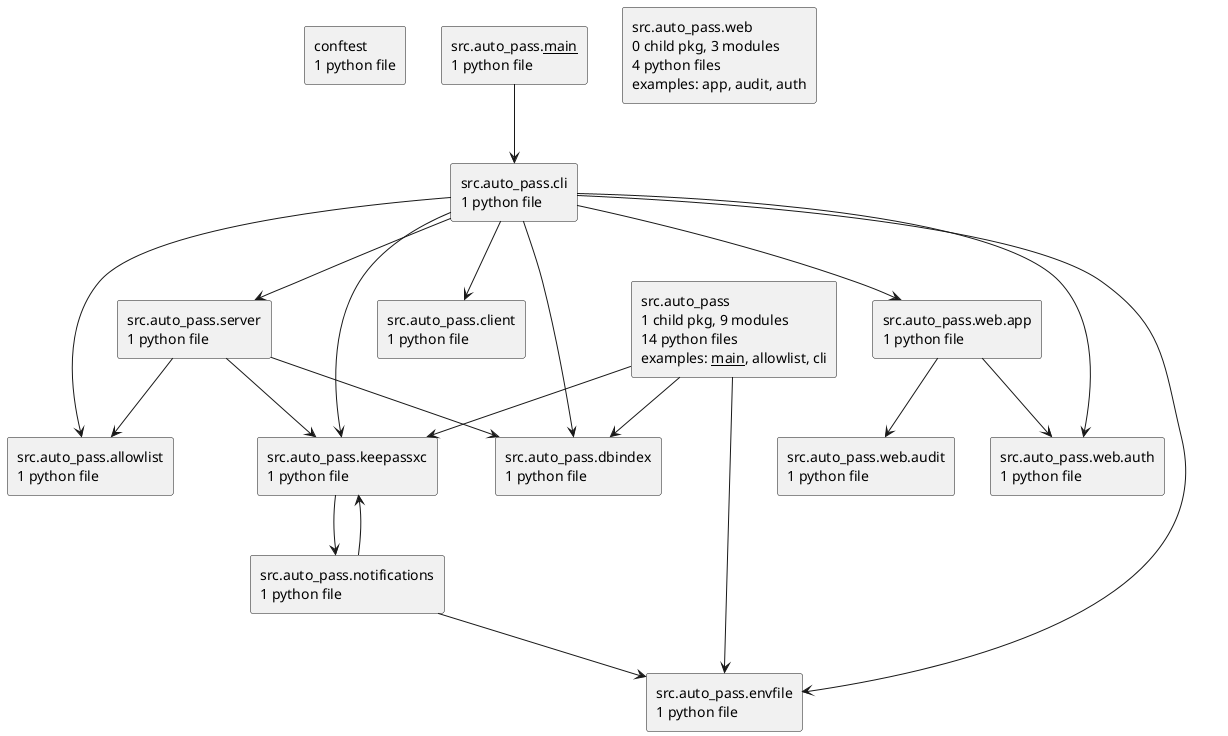
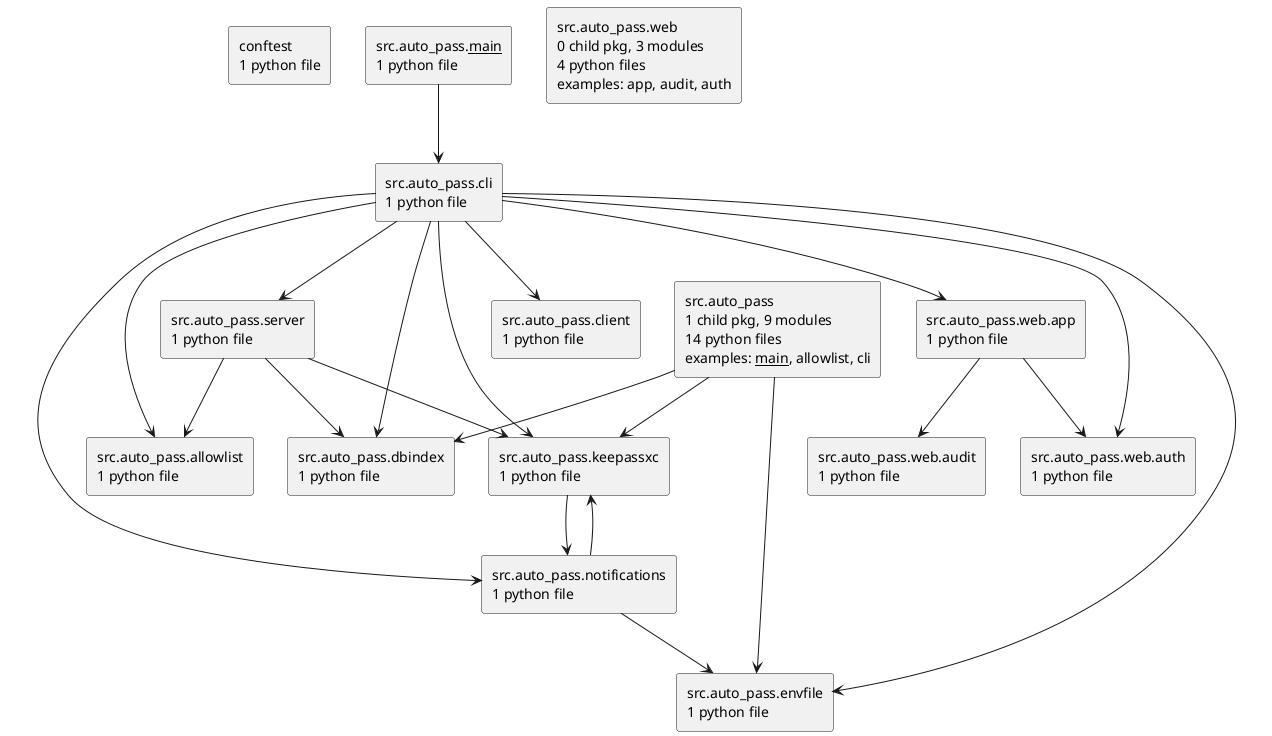
@startuml packages_auto-pass
set namespaceSeparator none
top to bottom direction
skinparam componentStyle rectangle
rectangle "conftest\n1 python file" as conftest
rectangle "src.auto_pass\n1 child pkg, 9 modules\n14 python files\nexamples: __main__, allowlist, cli" as src.auto_pass
rectangle "src.auto_pass.__main__\n1 python file" as src.auto_pass.__main__
rectangle "src.auto_pass.allowlist\n1 python file" as src.auto_pass.allowlist
rectangle "src.auto_pass.cli\n1 python file" as src.auto_pass.cli
rectangle "src.auto_pass.client\n1 python file" as src.auto_pass.client
rectangle "src.auto_pass.dbindex\n1 python file" as src.auto_pass.dbindex
rectangle "src.auto_pass.envfile\n1 python file" as src.auto_pass.envfile
rectangle "src.auto_pass.keepassxc\n1 python file" as src.auto_pass.keepassxc
rectangle "src.auto_pass.notifications\n1 python file" as src.auto_pass.notifications
rectangle "src.auto_pass.server\n1 python file" as src.auto_pass.server
rectangle "src.auto_pass.web\n0 child pkg, 3 modules\n4 python files\nexamples: app, audit, auth" as src.auto_pass.web
rectangle "src.auto_pass.web.app\n1 python file" as src.auto_pass.web.app
rectangle "src.auto_pass.web.audit\n1 python file" as src.auto_pass.web.audit
rectangle "src.auto_pass.web.auth\n1 python file" as src.auto_pass.web.auth
src.auto_pass --> src.auto_pass.dbindex
src.auto_pass --> src.auto_pass.envfile
src.auto_pass --> src.auto_pass.keepassxc
src.auto_pass.__main__ --> src.auto_pass.cli
src.auto_pass.cli --> src.auto_pass.allowlist
src.auto_pass.cli --> src.auto_pass.client
src.auto_pass.cli --> src.auto_pass.dbindex
src.auto_pass.cli --> src.auto_pass.envfile
src.auto_pass.cli --> src.auto_pass.keepassxc
+ src.auto_pass.cli --> src.auto_pass.notifications
src.auto_pass.cli --> src.auto_pass.server
src.auto_pass.cli --> src.auto_pass.web.app
src.auto_pass.cli --> src.auto_pass.web.auth
src.auto_pass.keepassxc --> src.auto_pass.notifications
src.auto_pass.notifications --> src.auto_pass.envfile
src.auto_pass.notifications --> src.auto_pass.keepassxc
src.auto_pass.server --> src.auto_pass.allowlist
src.auto_pass.server --> src.auto_pass.dbindex
src.auto_pass.server --> src.auto_pass.keepassxc
src.auto_pass.web.app --> src.auto_pass.web.audit
src.auto_pass.web.app --> src.auto_pass.web.auth
@enduml
